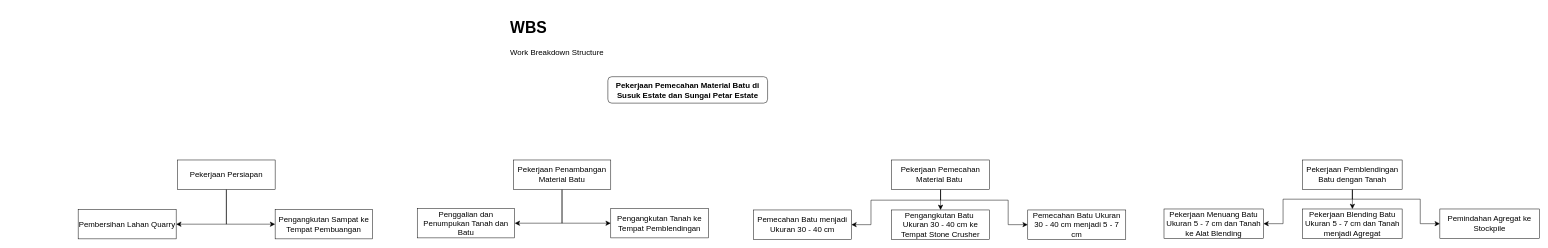
Earlier version of the draw.io diagram WBS.drawio (rubin429/design-port-and-harbour). Source tidied: cells renumbered, new cells numbered last; positions are measured from the earlier drawing's top-left corner, leaving out a move shared by most shapes. Both pictures are drawn from the tidied source at 49%, with x=0, y=0 at pixel (78, 13).
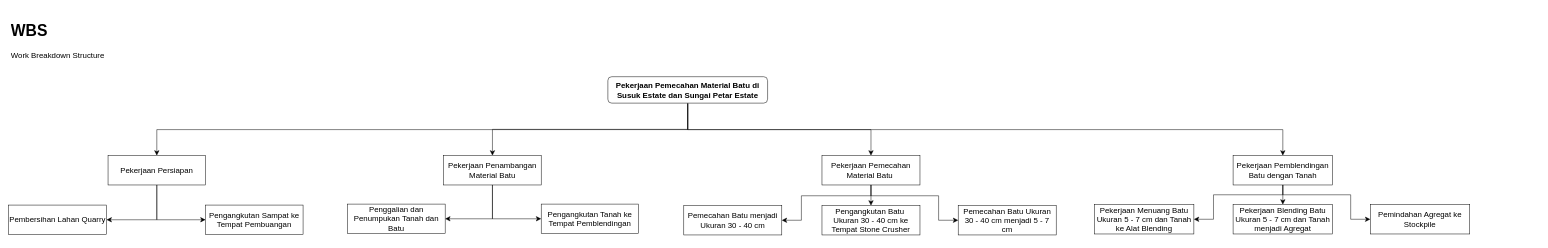
The same page after the edit.

The change refers to these unchanged cells:
```xml
<mxCell id="2" value="&lt;b&gt;Pekerjaan Pemecahan Material Batu di Susuk Estate dan Sungai Petar Estate&lt;/b&gt;" style="rounded=1;whiteSpace=wrap;html=1;fontSize=16;labelBackgroundColor=none;" parent="1" vertex="1">
  <mxGeometry x="1081" y="129" width="326" height="54" as="geometry" />
</mxCell>
```

The edit, as a diff of the source:
```diff
@@
+    <mxCell id="28" style="edgeStyle=orthogonalEdgeStyle;shape=connector;rounded=0;jettySize=auto;html=1;entryX=0.5;entryY=0;entryDx=0;entryDy=0;labelBackgroundColor=default;strokeColor=default;align=center;verticalAlign=middle;fontFamily=Helvetica;fontSize=12;fontColor=default;endArrow=classic;startSize=8;endSize=8;exitX=0.5;exitY=1;exitDx=0;exitDy=0;" parent="1" edge="1" source="2" target="9">
+      <mxGeometry relative="1" as="geometry" />
+    </mxCell>
+    <mxCell id="29" style="edgeStyle=orthogonalEdgeStyle;shape=connector;rounded=0;jettySize=auto;html=1;entryX=0.5;entryY=0;entryDx=0;entryDy=0;labelBackgroundColor=default;strokeColor=default;align=center;verticalAlign=middle;fontFamily=Helvetica;fontSize=12;fontColor=default;endArrow=classic;startSize=8;endSize=8;" parent="1" edge="1" source="2" target="6">
+      <mxGeometry relative="1" as="geometry">
+        <Array as="points">
+          <mxPoint x="1244" y="237" />
+          <mxPoint x="160" y="237" />
+        </Array>
+      </mxGeometry>
+    </mxCell>
+    <mxCell id="30" style="edgeStyle=orthogonalEdgeStyle;shape=connector;rounded=0;jettySize=auto;html=1;labelBackgroundColor=default;strokeColor=default;align=center;verticalAlign=middle;fontFamily=Helvetica;fontSize=12;fontColor=default;endArrow=classic;startSize=8;endSize=8;" parent="1" edge="1" source="2" target="13">
+      <mxGeometry relative="1" as="geometry">
+        <Array as="points">
+          <mxPoint x="1244" y="237" />
+          <mxPoint x="1618" y="237" />
+        </Array>
+      </mxGeometry>
+    </mxCell>
+    <mxCell id="31" style="edgeStyle=orthogonalEdgeStyle;shape=connector;rounded=0;jettySize=auto;html=1;entryX=0.5;entryY=0;entryDx=0;entryDy=0;labelBackgroundColor=default;strokeColor=default;align=center;verticalAlign=middle;fontFamily=Helvetica;fontSize=12;fontColor=default;endArrow=classic;startSize=8;endSize=8;" parent="1" edge="1" source="2" target="17">
+      <mxGeometry relative="1" as="geometry">
+        <Array as="points">
+          <mxPoint x="1244" y="237" />
+          <mxPoint x="2459" y="237" />
+        </Array>
+      </mxGeometry>
+    </mxCell>
@@
     <mxCell id="3" value="&lt;h1&gt;WBS&lt;/h1&gt;&lt;p&gt;Work Breakdown Structure&lt;/p&gt;" style="text;html=1;strokeColor=none;fillColor=none;spacing=5;spacingTop=-20;whiteSpace=wrap;overflow=hidden;rounded=0;fontSize=16;labelBackgroundColor=none;" parent="1" vertex="1">
-      <mxGeometry x="877" width="299" height="105" as="geometry" />
+      <mxGeometry x="-142" y="6" width="299" height="105" as="geometry" />
     </mxCell>
-    <mxCell id="4" style="edgeStyle=orthogonalEdgeStyle;rounded=0;jettySize=auto;html=1;entryX=1;entryY=0.5;entryDx=0;entryDy=0;fontSize=12;startSize=8;endSize=8;exitX=0.5;exitY=1;exitDx=0;exitDy=0;labelBackgroundColor=none;fontColor=default;" parent="1" edge="1" source="6" target="18">
-      <mxGeometry relative="1" as="geometry" />
-    </mxCell>
-    <mxCell id="5" style="edgeStyle=orthogonalEdgeStyle;rounded=0;jettySize=auto;html=1;entryX=0;entryY=0.5;entryDx=0;entryDy=0;fontSize=12;startSize=8;endSize=8;labelBackgroundColor=none;fontColor=default;" parent="1" edge="1" source="6" target="19">
-      <mxGeometry relative="1" as="geometry" />
-    </mxCell>
+    <mxCell id="32" style="group;" parent="1" vertex="1">
+      <mxGeometry x="-142" y="290" width="2982" height="162" as="geometry" />
+    </mxCell>
-    <mxCell id="6" value="Pekerjaan Persiapan" style="rounded=0;whiteSpace=wrap;html=1;fontSize=16;labelBackgroundColor=none;" parent="1" vertex="1">
-      <mxGeometry x="203" y="299" width="199" height="60" as="geometry" />
+    <mxCell id="6" value="Pekerjaan Persiapan" style="rounded=0;whiteSpace=wrap;html=1;fontSize=16;labelBackgroundColor=none;" parent="32" vertex="1">
+      <mxGeometry x="203" width="199" height="60" as="geometry" />
     </mxCell>
-    <mxCell id="7" style="edgeStyle=orthogonalEdgeStyle;rounded=0;jettySize=auto;html=1;entryX=0;entryY=0.5;entryDx=0;entryDy=0;fontSize=12;startSize=8;endSize=8;exitX=0.5;exitY=1;exitDx=0;exitDy=0;" parent="1" edge="1" source="9" target="21">
-      <mxGeometry relative="1" as="geometry" />
-    </mxCell>
-    <mxCell id="8" style="edgeStyle=orthogonalEdgeStyle;shape=connector;rounded=0;jettySize=auto;html=1;entryX=1;entryY=0.5;entryDx=0;entryDy=0;labelBackgroundColor=default;strokeColor=default;align=center;verticalAlign=middle;fontFamily=Helvetica;fontSize=12;fontColor=default;endArrow=classic;startSize=8;endSize=8;" parent="1" edge="1" source="9" target="20">
-      <mxGeometry relative="1" as="geometry" />
-    </mxCell>
-    <mxCell id="9" value="Pekerjaan Penambangan Material Batu" style="rounded=0;whiteSpace=wrap;html=1;fontSize=16;labelBackgroundColor=none;" parent="1" vertex="1">
-      <mxGeometry x="888" y="299" width="199" height="60" as="geometry" />
+    <mxCell id="9" value="Pekerjaan Penambangan Material Batu" style="rounded=0;whiteSpace=wrap;html=1;fontSize=16;labelBackgroundColor=none;" parent="32" vertex="1">
+      <mxGeometry x="888" width="199" height="60" as="geometry" />
     </mxCell>
-    <mxCell id="10" style="edgeStyle=orthogonalEdgeStyle;shape=connector;rounded=0;jettySize=auto;html=1;labelBackgroundColor=default;strokeColor=default;align=center;verticalAlign=middle;fontFamily=Helvetica;fontSize=12;fontColor=default;endArrow=classic;startSize=8;endSize=8;" parent="1" edge="1" source="13" target="23">
-      <mxGeometry relative="1" as="geometry" />
-    </mxCell>
-    <mxCell id="11" style="edgeStyle=orthogonalEdgeStyle;shape=connector;rounded=0;jettySize=auto;html=1;entryX=1;entryY=0.5;entryDx=0;entryDy=0;labelBackgroundColor=default;strokeColor=default;align=center;verticalAlign=middle;fontFamily=Helvetica;fontSize=12;fontColor=default;endArrow=classic;startSize=8;endSize=8;exitX=0.5;exitY=1;exitDx=0;exitDy=0;" parent="1" edge="1" source="13" target="22">
-      <mxGeometry relative="1" as="geometry">
-        <Array as="points">
-          <mxPoint x="1760" y="381" />
-          <mxPoint x="1618" y="381" />
-          <mxPoint x="1618" y="431" />
-        </Array>
-      </mxGeometry>
-    </mxCell>
-    <mxCell id="12" style="edgeStyle=orthogonalEdgeStyle;shape=connector;rounded=0;jettySize=auto;html=1;entryX=0;entryY=0.5;entryDx=0;entryDy=0;labelBackgroundColor=default;strokeColor=default;align=center;verticalAlign=middle;fontFamily=Helvetica;fontSize=12;fontColor=default;endArrow=classic;startSize=8;endSize=8;exitX=0.5;exitY=1;exitDx=0;exitDy=0;" parent="1" edge="1" source="13" target="24">
-      <mxGeometry relative="1" as="geometry">
-        <Array as="points">
-          <mxPoint x="1760" y="381" />
-          <mxPoint x="1898" y="381" />
-          <mxPoint x="1898" y="431" />
-        </Array>
-      </mxGeometry>
-    </mxCell>
-    <mxCell id="13" value="Pekerjaan Pemecahan Material Batu&amp;nbsp;" style="rounded=0;whiteSpace=wrap;html=1;fontSize=16;labelBackgroundColor=none;" parent="1" vertex="1">
-      <mxGeometry x="1660" y="299" width="200" height="60" as="geometry" />
+    <mxCell id="13" value="Pekerjaan Pemecahan Material Batu&amp;nbsp;" style="rounded=0;whiteSpace=wrap;html=1;fontSize=16;labelBackgroundColor=none;" parent="32" vertex="1">
+      <mxGeometry x="1660" width="200" height="60" as="geometry" />
     </mxCell>
-    <mxCell id="14" style="edgeStyle=orthogonalEdgeStyle;shape=connector;rounded=0;jettySize=auto;html=1;labelBackgroundColor=default;strokeColor=default;align=center;verticalAlign=middle;fontFamily=Helvetica;fontSize=12;fontColor=default;endArrow=classic;startSize=8;endSize=8;" parent="1" edge="1" source="17" target="26">
-      <mxGeometry relative="1" as="geometry" />
-    </mxCell>
-    <mxCell id="15" style="edgeStyle=orthogonalEdgeStyle;shape=connector;rounded=0;jettySize=auto;html=1;entryX=1;entryY=0.5;entryDx=0;entryDy=0;labelBackgroundColor=default;strokeColor=default;align=center;verticalAlign=middle;fontFamily=Helvetica;fontSize=12;fontColor=default;endArrow=classic;startSize=8;endSize=8;exitX=0.5;exitY=1;exitDx=0;exitDy=0;" parent="1" edge="1" source="17" target="25">
-      <mxGeometry relative="1" as="geometry">
-        <Array as="points">
-          <mxPoint x="2601" y="379" />
-          <mxPoint x="2459" y="379" />
-          <mxPoint x="2459" y="429" />
-        </Array>
-      </mxGeometry>
-    </mxCell>
-    <mxCell id="16" style="edgeStyle=orthogonalEdgeStyle;shape=connector;rounded=0;jettySize=auto;html=1;entryX=0;entryY=0.5;entryDx=0;entryDy=0;labelBackgroundColor=default;strokeColor=default;align=center;verticalAlign=middle;fontFamily=Helvetica;fontSize=12;fontColor=default;endArrow=classic;startSize=8;endSize=8;exitX=0.5;exitY=1;exitDx=0;exitDy=0;" parent="1" edge="1" source="17" target="27">
-      <mxGeometry relative="1" as="geometry">
-        <Array as="points">
-          <mxPoint x="2601" y="379" />
-          <mxPoint x="2739" y="379" />
-          <mxPoint x="2739" y="429" />
-        </Array>
-      </mxGeometry>
-    </mxCell>
-    <mxCell id="17" value="Pekerjaan Pemblendingan Batu dengan Tanah" style="rounded=0;whiteSpace=wrap;html=1;fontSize=16;labelBackgroundColor=none;" parent="1" vertex="1">
-      <mxGeometry x="2499" y="299" width="203" height="60" as="geometry" />
+    <mxCell id="17" value="Pekerjaan Pemblendingan Batu dengan Tanah" style="rounded=0;whiteSpace=wrap;html=1;fontSize=16;labelBackgroundColor=none;" parent="32" vertex="1">
+      <mxGeometry x="2499" width="203" height="60" as="geometry" />
     </mxCell>
-    <mxCell id="18" value="Pembersihan Lahan Quarry" style="rounded=0;whiteSpace=wrap;html=1;fontSize=16;labelBackgroundColor=none;" parent="1" vertex="1">
-      <mxGeometry y="400" width="200" height="60" as="geometry" />
+    <mxCell id="18" value="Pembersihan Lahan Quarry" style="rounded=0;whiteSpace=wrap;html=1;fontSize=16;labelBackgroundColor=none;" parent="32" vertex="1">
+      <mxGeometry y="101" width="200" height="60" as="geometry" />
     </mxCell>
+    <mxCell id="4" style="edgeStyle=orthogonalEdgeStyle;rounded=0;jettySize=auto;html=1;entryX=1;entryY=0.5;entryDx=0;entryDy=0;fontSize=12;startSize=8;endSize=8;exitX=0.5;exitY=1;exitDx=0;exitDy=0;labelBackgroundColor=none;fontColor=default;" parent="32" edge="1" source="6" target="18">
+      <mxGeometry relative="1" as="geometry" />
+    </mxCell>
-    <mxCell id="19" value="Pengangkutan Sampat ke Tempat Pembuangan" style="rounded=0;whiteSpace=wrap;html=1;fontSize=16;labelBackgroundColor=none;" parent="1" vertex="1">
-      <mxGeometry x="402" y="400" width="199" height="60" as="geometry" />
+    <mxCell id="19" value="Pengangkutan Sampat ke Tempat Pembuangan" style="rounded=0;whiteSpace=wrap;html=1;fontSize=16;labelBackgroundColor=none;" parent="32" vertex="1">
+      <mxGeometry x="402" y="101" width="199" height="60" as="geometry" />
     </mxCell>
+    <mxCell id="5" style="edgeStyle=orthogonalEdgeStyle;rounded=0;jettySize=auto;html=1;entryX=0;entryY=0.5;entryDx=0;entryDy=0;fontSize=12;startSize=8;endSize=8;labelBackgroundColor=none;fontColor=default;" parent="32" edge="1" source="6" target="19">
+      <mxGeometry relative="1" as="geometry" />
+    </mxCell>
-    <mxCell id="20" value="Penggalian dan Penumpukan Tanah dan Batu" style="rounded=0;whiteSpace=wrap;html=1;fontSize=16;labelBackgroundColor=none;" parent="1" vertex="1">
-      <mxGeometry x="692" y="398" width="199" height="60" as="geometry" />
+    <mxCell id="20" value="Penggalian dan Penumpukan Tanah dan Batu" style="rounded=0;whiteSpace=wrap;html=1;fontSize=16;labelBackgroundColor=none;" parent="32" vertex="1">
+      <mxGeometry x="692" y="99" width="199" height="60" as="geometry" />
     </mxCell>
+    <mxCell id="8" style="edgeStyle=orthogonalEdgeStyle;shape=connector;rounded=0;jettySize=auto;html=1;entryX=1;entryY=0.5;entryDx=0;entryDy=0;labelBackgroundColor=default;strokeColor=default;align=center;verticalAlign=middle;fontFamily=Helvetica;fontSize=12;fontColor=default;endArrow=classic;startSize=8;endSize=8;" parent="32" edge="1" source="9" target="20">
+      <mxGeometry relative="1" as="geometry" />
+    </mxCell>
-    <mxCell id="21" value="Pengangkutan Tanah ke Tempat Pemblendingan" style="rounded=0;whiteSpace=wrap;html=1;fontSize=16;labelBackgroundColor=none;" parent="1" vertex="1">
-      <mxGeometry x="1087" y="398" width="199" height="60" as="geometry" />
+    <mxCell id="21" value="Pengangkutan Tanah ke Tempat Pemblendingan" style="rounded=0;whiteSpace=wrap;html=1;fontSize=16;labelBackgroundColor=none;" parent="32" vertex="1">
+      <mxGeometry x="1087" y="99" width="199" height="60" as="geometry" />
     </mxCell>
+    <mxCell id="7" style="edgeStyle=orthogonalEdgeStyle;rounded=0;jettySize=auto;html=1;entryX=0;entryY=0.5;entryDx=0;entryDy=0;fontSize=12;startSize=8;endSize=8;exitX=0.5;exitY=1;exitDx=0;exitDy=0;" parent="32" edge="1" source="9" target="21">
+      <mxGeometry relative="1" as="geometry" />
+    </mxCell>
-    <mxCell id="22" value="Pemecahan Batu menjadi Ukuran 30 - 40 cm" style="rounded=0;whiteSpace=wrap;html=1;fontSize=16;labelBackgroundColor=none;" parent="1" vertex="1">
-      <mxGeometry x="1378" y="401" width="200" height="60" as="geometry" />
+    <mxCell id="22" value="Pemecahan Batu menjadi Ukuran 30 - 40 cm" style="rounded=0;whiteSpace=wrap;html=1;fontSize=16;labelBackgroundColor=none;" parent="32" vertex="1">
+      <mxGeometry x="1378" y="102" width="200" height="60" as="geometry" />
     </mxCell>
+    <mxCell id="11" style="edgeStyle=orthogonalEdgeStyle;shape=connector;rounded=0;jettySize=auto;html=1;entryX=1;entryY=0.5;entryDx=0;entryDy=0;labelBackgroundColor=default;strokeColor=default;align=center;verticalAlign=middle;fontFamily=Helvetica;fontSize=12;fontColor=default;endArrow=classic;startSize=8;endSize=8;exitX=0.5;exitY=1;exitDx=0;exitDy=0;" parent="32" edge="1" source="13" target="22">
+      <mxGeometry relative="1" as="geometry">
+        <Array as="points">
+          <mxPoint x="1760" y="82" />
+          <mxPoint x="1618" y="82" />
+          <mxPoint x="1618" y="132" />
+        </Array>
+      </mxGeometry>
+    </mxCell>
-    <mxCell id="23" value="Pengangkutan Batu&amp;nbsp; Ukuran 30 - 40 cm ke Tempat Stone Crusher" style="rounded=0;whiteSpace=wrap;html=1;fontSize=16;labelBackgroundColor=none;" parent="1" vertex="1">
-      <mxGeometry x="1660" y="401" width="200" height="60" as="geometry" />
+    <mxCell id="23" value="Pengangkutan Batu&amp;nbsp; Ukuran 30 - 40 cm ke Tempat Stone Crusher" style="rounded=0;whiteSpace=wrap;html=1;fontSize=16;labelBackgroundColor=none;" parent="32" vertex="1">
+      <mxGeometry x="1660" y="102" width="200" height="60" as="geometry" />
     </mxCell>
+    <mxCell id="10" style="edgeStyle=orthogonalEdgeStyle;shape=connector;rounded=0;jettySize=auto;html=1;labelBackgroundColor=default;strokeColor=default;align=center;verticalAlign=middle;fontFamily=Helvetica;fontSize=12;fontColor=default;endArrow=classic;startSize=8;endSize=8;" parent="32" edge="1" source="13" target="23">
+      <mxGeometry relative="1" as="geometry" />
+    </mxCell>
-    <mxCell id="24" value="Pemecahan Batu Ukuran 30 - 40 cm menjadi 5 - 7 cm" style="rounded=0;whiteSpace=wrap;html=1;fontSize=16;labelBackgroundColor=none;" parent="1" vertex="1">
-      <mxGeometry x="1938" y="401" width="200" height="60" as="geometry" />
+    <mxCell id="24" value="Pemecahan Batu Ukuran 30 - 40 cm menjadi 5 - 7 cm" style="rounded=0;whiteSpace=wrap;html=1;fontSize=16;labelBackgroundColor=none;" parent="32" vertex="1">
+      <mxGeometry x="1938" y="102" width="200" height="60" as="geometry" />
     </mxCell>
+    <mxCell id="12" style="edgeStyle=orthogonalEdgeStyle;shape=connector;rounded=0;jettySize=auto;html=1;entryX=0;entryY=0.5;entryDx=0;entryDy=0;labelBackgroundColor=default;strokeColor=default;align=center;verticalAlign=middle;fontFamily=Helvetica;fontSize=12;fontColor=default;endArrow=classic;startSize=8;endSize=8;exitX=0.5;exitY=1;exitDx=0;exitDy=0;" parent="32" edge="1" source="13" target="24">
+      <mxGeometry relative="1" as="geometry">
+        <Array as="points">
+          <mxPoint x="1760" y="82" />
+          <mxPoint x="1898" y="82" />
+          <mxPoint x="1898" y="132" />
+        </Array>
+      </mxGeometry>
+    </mxCell>
-    <mxCell id="25" value="Pekerjaan Menuang Batu Ukuran 5 - 7 cm dan Tanah ke Alat Blending" style="rounded=0;whiteSpace=wrap;html=1;fontSize=16;labelBackgroundColor=none;" parent="1" vertex="1">
-      <mxGeometry x="2216" y="399" width="203" height="60" as="geometry" />
+    <mxCell id="25" value="Pekerjaan Menuang Batu Ukuran 5 - 7 cm dan Tanah ke Alat Blending" style="rounded=0;whiteSpace=wrap;html=1;fontSize=16;labelBackgroundColor=none;" parent="32" vertex="1">
+      <mxGeometry x="2216" y="100" width="203" height="60" as="geometry" />
     </mxCell>
+    <mxCell id="15" style="edgeStyle=orthogonalEdgeStyle;shape=connector;rounded=0;jettySize=auto;html=1;entryX=1;entryY=0.5;entryDx=0;entryDy=0;labelBackgroundColor=default;strokeColor=default;align=center;verticalAlign=middle;fontFamily=Helvetica;fontSize=12;fontColor=default;endArrow=classic;startSize=8;endSize=8;exitX=0.5;exitY=1;exitDx=0;exitDy=0;" parent="32" edge="1" source="17" target="25">
+      <mxGeometry relative="1" as="geometry">
+        <Array as="points">
+          <mxPoint x="2601" y="80" />
+          <mxPoint x="2459" y="80" />
+          <mxPoint x="2459" y="130" />
+        </Array>
+      </mxGeometry>
+    </mxCell>
-    <mxCell id="26" value="Pekerjaan Blending Batu Ukuran 5 - 7 cm dan Tanah menjadi Agregat" style="rounded=0;whiteSpace=wrap;html=1;fontSize=16;labelBackgroundColor=none;" parent="1" vertex="1">
-      <mxGeometry x="2499" y="399" width="203" height="60" as="geometry" />
+    <mxCell id="26" value="Pekerjaan Blending Batu Ukuran 5 - 7 cm dan Tanah menjadi Agregat" style="rounded=0;whiteSpace=wrap;html=1;fontSize=16;labelBackgroundColor=none;" parent="32" vertex="1">
+      <mxGeometry x="2499" y="100" width="203" height="60" as="geometry" />
     </mxCell>
+    <mxCell id="14" style="edgeStyle=orthogonalEdgeStyle;shape=connector;rounded=0;jettySize=auto;html=1;labelBackgroundColor=default;strokeColor=default;align=center;verticalAlign=middle;fontFamily=Helvetica;fontSize=12;fontColor=default;endArrow=classic;startSize=8;endSize=8;" parent="32" edge="1" source="17" target="26">
+      <mxGeometry relative="1" as="geometry" />
+    </mxCell>
-    <mxCell id="27" value="Pemindahan Agregat ke Stockpile" style="rounded=0;whiteSpace=wrap;html=1;fontSize=16;labelBackgroundColor=none;" parent="1" vertex="1">
-      <mxGeometry x="2779" y="399" width="203" height="60" as="geometry" />
+    <mxCell id="27" value="Pemindahan Agregat ke Stockpile" style="rounded=0;whiteSpace=wrap;html=1;fontSize=16;labelBackgroundColor=none;" parent="32" vertex="1">
+      <mxGeometry x="2779" y="100" width="203" height="60" as="geometry" />
     </mxCell>
+    <mxCell id="16" style="edgeStyle=orthogonalEdgeStyle;shape=connector;rounded=0;jettySize=auto;html=1;entryX=0;entryY=0.5;entryDx=0;entryDy=0;labelBackgroundColor=default;strokeColor=default;align=center;verticalAlign=middle;fontFamily=Helvetica;fontSize=12;fontColor=default;endArrow=classic;startSize=8;endSize=8;exitX=0.5;exitY=1;exitDx=0;exitDy=0;" parent="32" edge="1" source="17" target="27">
+      <mxGeometry relative="1" as="geometry">
+        <Array as="points">
+          <mxPoint x="2601" y="80" />
+          <mxPoint x="2739" y="80" />
+          <mxPoint x="2739" y="130" />
+        </Array>
+      </mxGeometry>
+    </mxCell>
```
